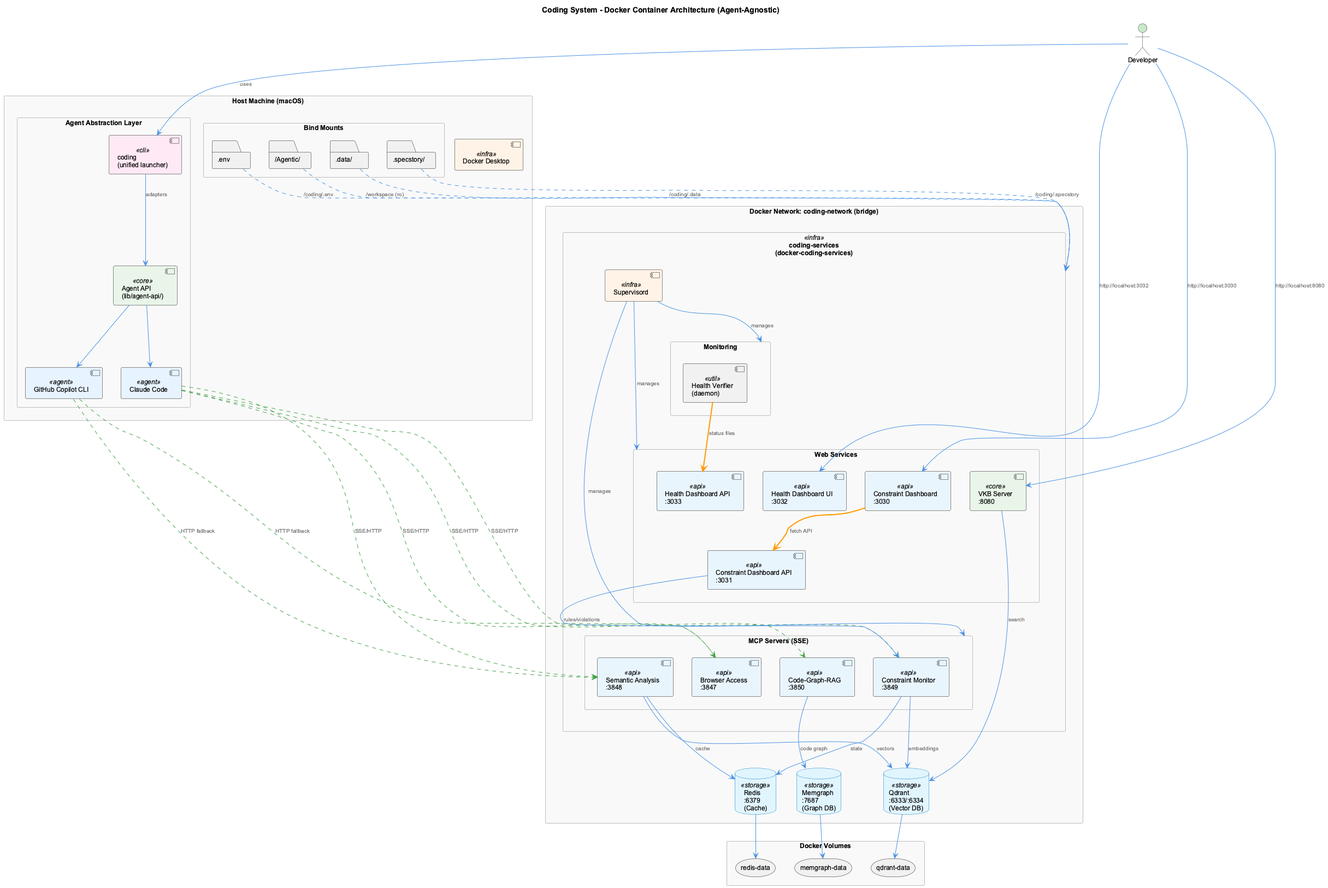
The PlantUML diagram docs/images/dockerized-system-architecture.png in fwornle/coding, before a commit.
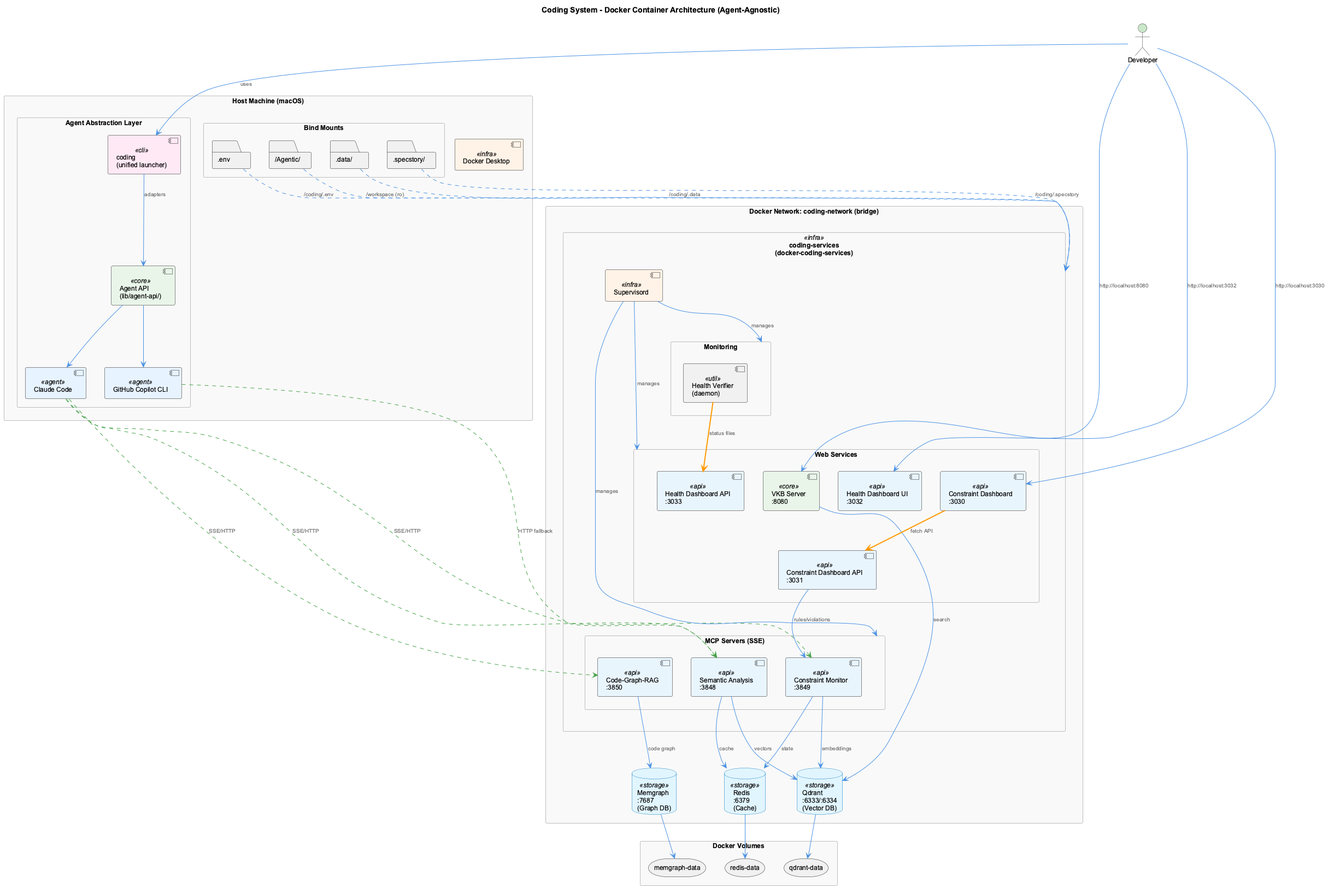
After the commit.

Diff of the diagram source:
```diff
@@ -32,7 +32,6 @@
 
     rectangle "MCP Servers (SSE)" as mcp_group {
       component "Semantic Analysis\n:3848" <<api>> as sem
-      component "Browser Access\n:3847" <<api>> as browser
       component "Constraint Monitor\n:3849" <<api>> as constraint
       component "Code-Graph-RAG\n:3850" <<api>> as cgr
     }
@@ -66,11 +65,9 @@
 agentapi --> claude
 agentapi --> copilot
 claude ASYNC_LINE sem : "SSE/HTTP"
-claude ASYNC_LINE browser : "SSE/HTTP"
 claude ASYNC_LINE constraint : "SSE/HTTP"
 claude ASYNC_LINE cgr : "SSE/HTTP"
 copilot ASYNC_LINE sem : "HTTP fallback"
-copilot ASYNC_LINE browser : "HTTP fallback"
 
 dev --> health_ui : "http://localhost:3032"
 dev --> cdash : "http://localhost:3030"
```
